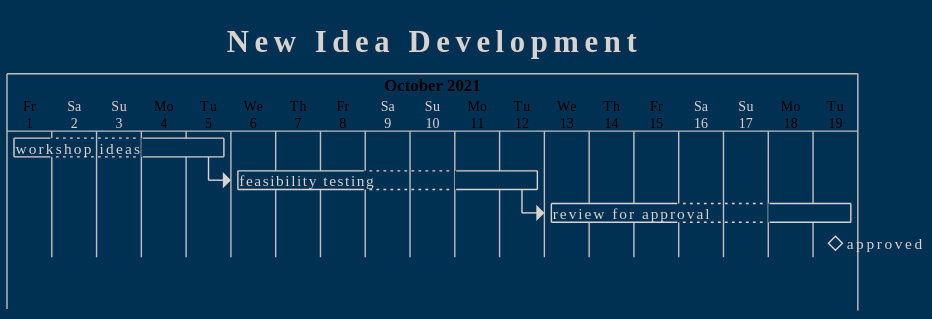
The PlantUML diagram public/images/example_gantt_chart.svg in upyesp/upyesp.org, before a commit. Its diagram source:
```plantuml
@startuml example_gantt_chart
!theme blueprint

hide footbox
saturday are closed
sunday are closed
project starts on 1 october 2021
printscale daily zoom 2

title New Idea Development

[workshop ideas] as [task01] lasts 3 days
[feasibility testing] as [task02] lasts 5 days
[review for approval] as [task03] lasts 5 days
[task01]->[task02]
[task02]->[task03]
[approved] happens at [task03]'s end

@enduml
```
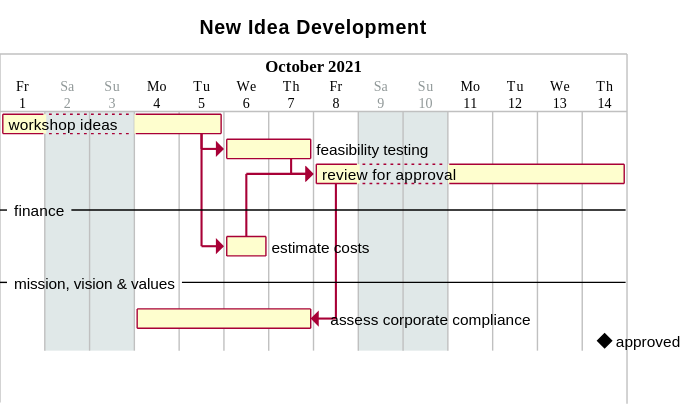
Later version of the same file.

Diff of the diagram source:
```diff
@@ -1,5 +1,4 @@
 @startuml example_gantt_chart
-!theme blueprint
 
 hide footbox
 saturday are closed
@@ -10,10 +9,19 @@
 title New Idea Development
 
 [workshop ideas] as [task01] lasts 3 days
-[feasibility testing] as [task02] lasts 5 days
+[feasibility testing] as [task02] lasts 2 days
 [review for approval] as [task03] lasts 5 days
 [task01]->[task02]
 [task02]->[task03]
+-- finance --
+[estimate costs] as [task10] lasts 1 days
+[task01]->[task10]
+[task10]->[task03]
+-- mission, vision & values --
+[assess corporate compliance] as [task20] lasts 4 days and ends at [task03]'s start
+
+
+
 [approved] happens at [task03]'s end
 
 @enduml
```
